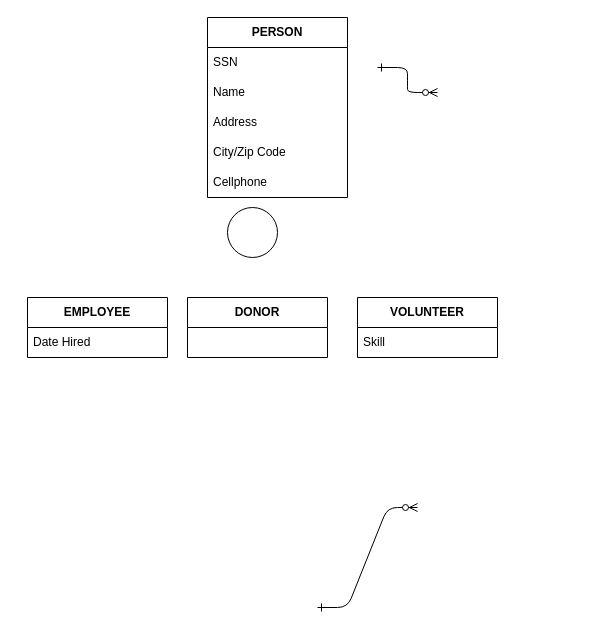
The draw.io diagram Feb10ERD.drawio in robeeds/is380-drawio, before the edit. Source tidied: cells renumbered, new cells numbered last; positions are measured from the earlier drawing's top-left corner, leaving out a move shared by most shapes. Both pictures are drawn from the tidied source at 100%, with x=0, y=0 at pixel (27, 17).
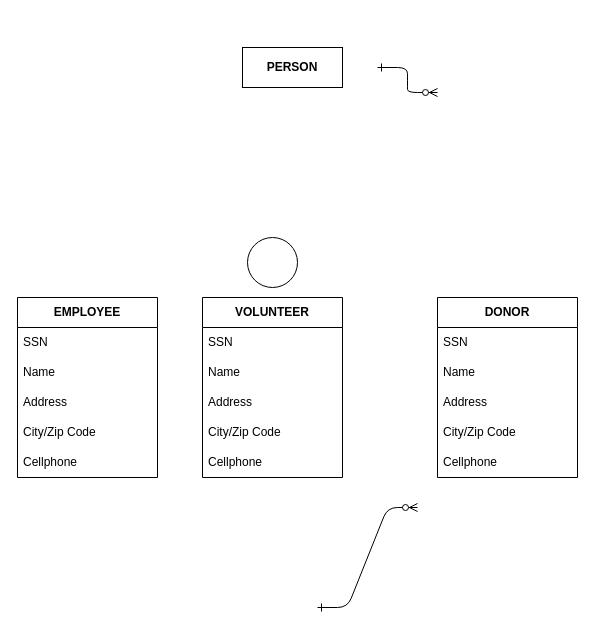
The same page after the edit.

Diff of the diagram source:
```diff
@@
+    <mxCell id="15" style="ellipse;whiteSpace=wrap;html=1;" parent="1" vertex="1">
+      <mxGeometry x="220" y="220" width="50" height="50" as="geometry" />
+    </mxCell>
+    <mxCell id="10" value="&lt;b&gt;EMPLOYEE&lt;/b&gt;" style="swimlane;fontStyle=0;horizontal=1;startSize=30;whiteSpace=wrap;html=1;" parent="1" vertex="1">
+      <mxGeometry x="-10" y="280" width="140" height="180" as="geometry" />
+    </mxCell>
+    <mxCell id="16" value="SSN" style="text;strokeColor=none;fillColor=none;align=left;verticalAlign=middle;spacingLeft=4;spacingRight=4;overflow=hidden;whiteSpace=wrap;html=1;" parent="10" vertex="1">
+      <mxGeometry y="30" width="140" height="30" as="geometry" />
+    </mxCell>
+    <mxCell id="17" value="Name&lt;span style=&quot;white-space: pre;&quot;&gt;&#9;&lt;/span&gt;" style="text;strokeColor=none;fillColor=none;align=left;verticalAlign=middle;spacingLeft=4;spacingRight=4;overflow=hidden;whiteSpace=wrap;html=1;" parent="10" vertex="1">
+      <mxGeometry y="60" width="140" height="30" as="geometry" />
+    </mxCell>
+    <mxCell id="18" value="Address" style="text;strokeColor=none;fillColor=none;align=left;verticalAlign=middle;spacingLeft=4;spacingRight=4;overflow=hidden;whiteSpace=wrap;html=1;" parent="10" vertex="1">
+      <mxGeometry y="90" width="140" height="30" as="geometry" />
+    </mxCell>
+    <mxCell id="19" value="City/Zip Code" style="text;strokeColor=none;fillColor=none;align=left;verticalAlign=middle;spacingLeft=4;spacingRight=4;overflow=hidden;whiteSpace=wrap;html=1;" parent="10" vertex="1">
+      <mxGeometry y="120" width="140" height="30" as="geometry" />
+    </mxCell>
+    <mxCell id="20" value="Cellphone" style="text;strokeColor=none;fillColor=none;align=left;verticalAlign=middle;spacingLeft=4;spacingRight=4;overflow=hidden;whiteSpace=wrap;html=1;" parent="10" vertex="1">
+      <mxGeometry y="150" width="140" height="30" as="geometry" />
+    </mxCell>
+    <mxCell id="12" value="&lt;b&gt;VOLUNTEER&lt;/b&gt;" style="swimlane;fontStyle=0;horizontal=1;startSize=30;whiteSpace=wrap;html=1;" parent="1" vertex="1">
+      <mxGeometry x="175" y="280" width="140" height="180" as="geometry" />
+    </mxCell>
+    <mxCell id="21" value="SSN" style="text;strokeColor=none;fillColor=none;align=left;verticalAlign=middle;spacingLeft=4;spacingRight=4;overflow=hidden;whiteSpace=wrap;html=1;" parent="12" vertex="1">
+      <mxGeometry y="30" width="140" height="30" as="geometry" />
+    </mxCell>
+    <mxCell id="22" value="Name&lt;span style=&quot;white-space: pre;&quot;&gt;&#9;&lt;/span&gt;" style="text;strokeColor=none;fillColor=none;align=left;verticalAlign=middle;spacingLeft=4;spacingRight=4;overflow=hidden;whiteSpace=wrap;html=1;" parent="12" vertex="1">
+      <mxGeometry y="60" width="140" height="30" as="geometry" />
+    </mxCell>
+    <mxCell id="23" value="Address" style="text;strokeColor=none;fillColor=none;align=left;verticalAlign=middle;spacingLeft=4;spacingRight=4;overflow=hidden;whiteSpace=wrap;html=1;" parent="12" vertex="1">
+      <mxGeometry y="90" width="140" height="30" as="geometry" />
+    </mxCell>
+    <mxCell id="24" value="City/Zip Code" style="text;strokeColor=none;fillColor=none;align=left;verticalAlign=middle;spacingLeft=4;spacingRight=4;overflow=hidden;whiteSpace=wrap;html=1;" parent="12" vertex="1">
+      <mxGeometry y="120" width="140" height="30" as="geometry" />
+    </mxCell>
+    <mxCell id="25" value="Cellphone" style="text;strokeColor=none;fillColor=none;align=left;verticalAlign=middle;spacingLeft=4;spacingRight=4;overflow=hidden;whiteSpace=wrap;html=1;" parent="12" vertex="1">
+      <mxGeometry y="150" width="140" height="30" as="geometry" />
+    </mxCell>
+    <mxCell id="14" value="&lt;b&gt;DONOR&lt;/b&gt;" style="swimlane;fontStyle=0;horizontal=1;startSize=30;whiteSpace=wrap;html=1;" parent="1" vertex="1">
+      <mxGeometry x="410" y="280" width="140" height="180" as="geometry" />
+    </mxCell>
+    <mxCell id="26" value="SSN" style="text;strokeColor=none;fillColor=none;align=left;verticalAlign=middle;spacingLeft=4;spacingRight=4;overflow=hidden;whiteSpace=wrap;html=1;" parent="14" vertex="1">
+      <mxGeometry y="30" width="140" height="30" as="geometry" />
+    </mxCell>
+    <mxCell id="27" value="Name&lt;span style=&quot;white-space: pre;&quot;&gt;&#9;&lt;/span&gt;" style="text;strokeColor=none;fillColor=none;align=left;verticalAlign=middle;spacingLeft=4;spacingRight=4;overflow=hidden;whiteSpace=wrap;html=1;" parent="14" vertex="1">
+      <mxGeometry y="60" width="140" height="30" as="geometry" />
+    </mxCell>
+    <mxCell id="28" value="Address" style="text;strokeColor=none;fillColor=none;align=left;verticalAlign=middle;spacingLeft=4;spacingRight=4;overflow=hidden;whiteSpace=wrap;html=1;" parent="14" vertex="1">
+      <mxGeometry y="90" width="140" height="30" as="geometry" />
+    </mxCell>
+    <mxCell id="29" value="City/Zip Code" style="text;strokeColor=none;fillColor=none;align=left;verticalAlign=middle;spacingLeft=4;spacingRight=4;overflow=hidden;whiteSpace=wrap;html=1;" parent="14" vertex="1">
+      <mxGeometry y="120" width="140" height="30" as="geometry" />
+    </mxCell>
+    <mxCell id="30" value="Cellphone" style="text;strokeColor=none;fillColor=none;align=left;verticalAlign=middle;spacingLeft=4;spacingRight=4;overflow=hidden;whiteSpace=wrap;html=1;" parent="14" vertex="1">
+      <mxGeometry y="150" width="140" height="30" as="geometry" />
+    </mxCell>
-    <mxCell id="4" value="&lt;b&gt;PERSON&lt;/b&gt;" style="swimlane;fontStyle=0;horizontal=1;startSize=30;whiteSpace=wrap;html=1;" parent="1" vertex="1">
-      <mxGeometry x="180" width="140" height="180" as="geometry" />
+    <mxCell id="4" value="&lt;b&gt;PERSON&lt;/b&gt;" style="whiteSpace=wrap;html=1;align=center;" parent="1" vertex="1">
+      <mxGeometry x="215" y="30" width="100" height="40" as="geometry" />
     </mxCell>
-    <mxCell id="5" value="SSN" style="text;strokeColor=none;fillColor=none;align=left;verticalAlign=middle;spacingLeft=4;spacingRight=4;overflow=hidden;whiteSpace=wrap;html=1;" parent="4" vertex="1">
-      <mxGeometry y="30" width="140" height="30" as="geometry" />
-    </mxCell>
-    <mxCell id="6" value="Name&lt;span style=&quot;white-space: pre;&quot;&gt;&#9;&lt;/span&gt;" style="text;strokeColor=none;fillColor=none;align=left;verticalAlign=middle;spacingLeft=4;spacingRight=4;overflow=hidden;whiteSpace=wrap;html=1;" parent="4" vertex="1">
-      <mxGeometry y="60" width="140" height="30" as="geometry" />
-    </mxCell>
-    <mxCell id="7" value="Address" style="text;strokeColor=none;fillColor=none;align=left;verticalAlign=middle;spacingLeft=4;spacingRight=4;overflow=hidden;whiteSpace=wrap;html=1;" parent="4" vertex="1">
-      <mxGeometry y="90" width="140" height="30" as="geometry" />
-    </mxCell>
-    <mxCell id="8" value="City/Zip Code" style="text;strokeColor=none;fillColor=none;align=left;verticalAlign=middle;spacingLeft=4;spacingRight=4;overflow=hidden;whiteSpace=wrap;html=1;" parent="4" vertex="1">
-      <mxGeometry y="120" width="140" height="30" as="geometry" />
-    </mxCell>
-    <mxCell id="9" value="Cellphone" style="text;strokeColor=none;fillColor=none;align=left;verticalAlign=middle;spacingLeft=4;spacingRight=4;overflow=hidden;whiteSpace=wrap;html=1;" parent="4" vertex="1">
-      <mxGeometry y="150" width="140" height="30" as="geometry" />
-    </mxCell>
-    <mxCell id="10" value="&lt;b&gt;EMPLOYEE&lt;/b&gt;" style="swimlane;fontStyle=0;horizontal=1;startSize=30;whiteSpace=wrap;html=1;" parent="1" vertex="1">
-      <mxGeometry y="280" width="140" height="60" as="geometry" />
-    </mxCell>
-    <mxCell id="11" value="Date Hired" style="text;strokeColor=none;fillColor=none;align=left;verticalAlign=middle;spacingLeft=4;spacingRight=4;overflow=hidden;whiteSpace=wrap;html=1;" parent="10" vertex="1">
-      <mxGeometry y="30" width="140" height="30" as="geometry" />
-    </mxCell>
-    <mxCell id="12" value="&lt;b&gt;VOLUNTEER&lt;/b&gt;" style="swimlane;fontStyle=0;horizontal=1;startSize=30;whiteSpace=wrap;html=1;" parent="1" vertex="1">
-      <mxGeometry x="330" y="280" width="140" height="60" as="geometry" />
-    </mxCell>
-    <mxCell id="13" value="Skill" style="text;strokeColor=none;fillColor=none;align=left;verticalAlign=middle;spacingLeft=4;spacingRight=4;overflow=hidden;whiteSpace=wrap;html=1;" parent="12" vertex="1">
-      <mxGeometry y="30" width="140" height="30" as="geometry" />
-    </mxCell>
-    <mxCell id="14" value="&lt;b&gt;DONOR&lt;/b&gt;" style="swimlane;fontStyle=0;horizontal=1;startSize=30;whiteSpace=wrap;html=1;" parent="1" vertex="1">
-      <mxGeometry x="160" y="280" width="140" height="60" as="geometry" />
-    </mxCell>
-    <mxCell id="15" style="ellipse;whiteSpace=wrap;html=1;" parent="1" vertex="1">
-      <mxGeometry x="200" y="190" width="50" height="50" as="geometry" />
-    </mxCell>
```
